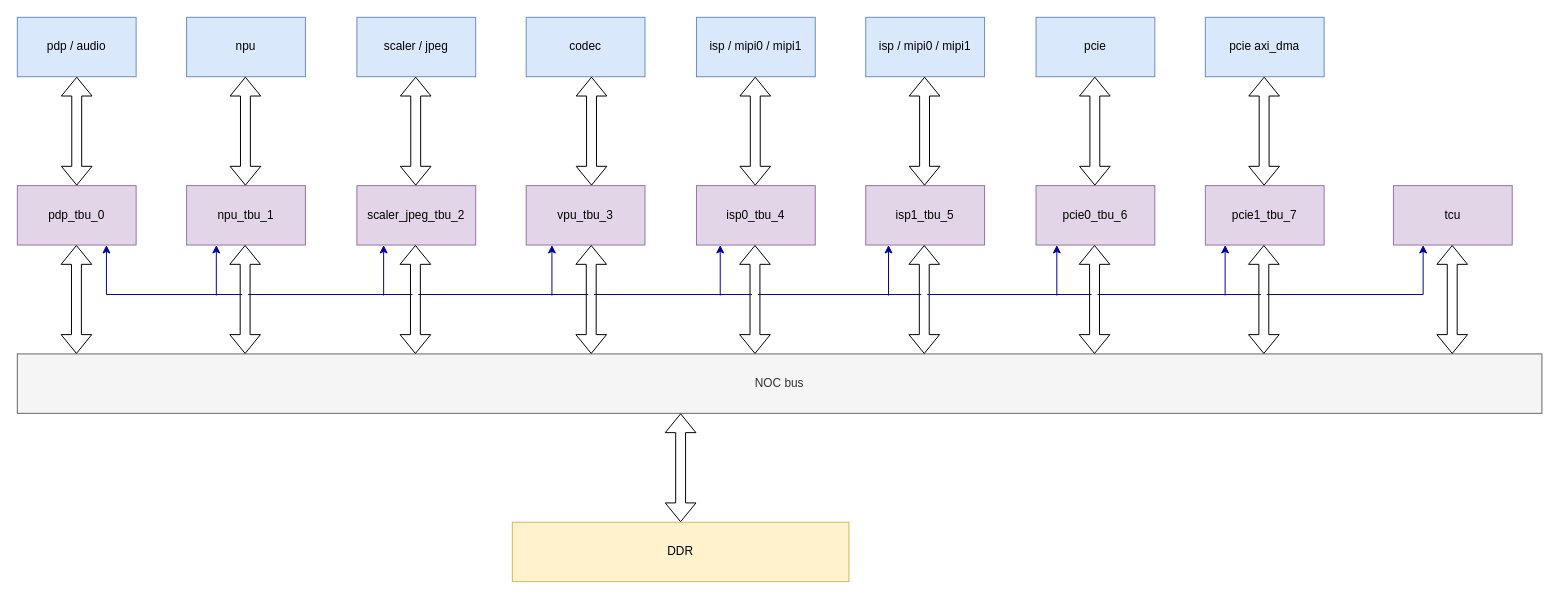
The draw.io diagram structure/gp2 smmu.drawio in x-cw/smmu, before the edit. Source tidied: cells renumbered, new cells numbered last; positions are measured from the earlier drawing's top-left corner, leaving out a move shared by most shapes. Both pictures are drawn from the tidied source at 99%, with x=0, y=0 at pixel (17, 17).
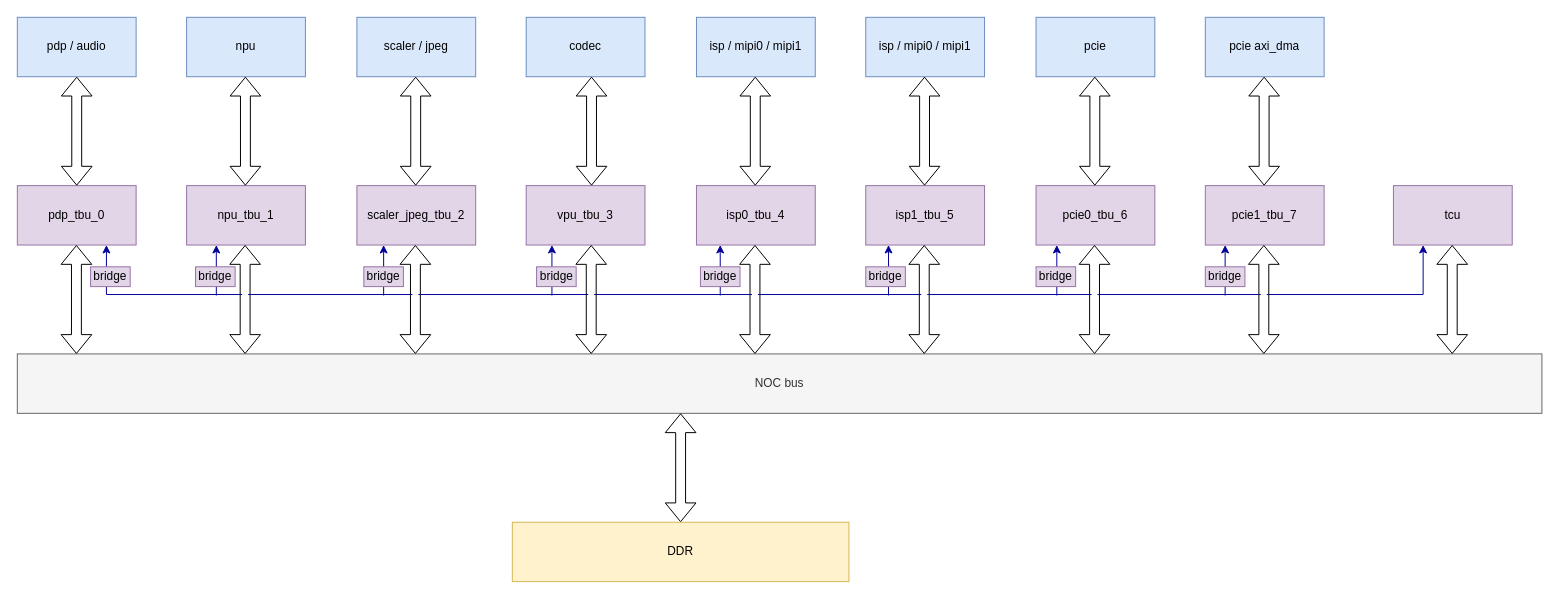
Above is the later version.

Change to the diagram source:
```diff
@@
+    <mxCell id="47" value="bridge" style="rounded=0;whiteSpace=wrap;html=1;fillColor=#e1d5e7;strokeColor=#9673a6;" parent="1" vertex="1">
+      <mxGeometry x="74" y="252" width="40" height="20" as="geometry" />
+    </mxCell>
+    <mxCell id="48" value="bridge" style="rounded=0;whiteSpace=wrap;html=1;fillColor=#e1d5e7;strokeColor=#9673a6;" parent="1" vertex="1">
+      <mxGeometry x="180" y="252" width="40" height="20" as="geometry" />
+    </mxCell>
+    <mxCell id="49" value="bridge" style="rounded=0;whiteSpace=wrap;html=1;fillColor=#e1d5e7;strokeColor=#9673a6;" parent="1" vertex="1">
+      <mxGeometry x="350" y="252" width="40" height="20" as="geometry" />
+    </mxCell>
+    <mxCell id="50" value="bridge" style="rounded=0;whiteSpace=wrap;html=1;fillColor=#e1d5e7;strokeColor=#9673a6;" parent="1" vertex="1">
+      <mxGeometry x="524.5" y="252" width="40" height="20" as="geometry" />
+    </mxCell>
+    <mxCell id="51" value="bridge" style="rounded=0;whiteSpace=wrap;html=1;fillColor=#e1d5e7;strokeColor=#9673a6;" parent="1" vertex="1">
+      <mxGeometry x="690" y="252" width="40" height="20" as="geometry" />
+    </mxCell>
+    <mxCell id="52" value="bridge" style="rounded=0;whiteSpace=wrap;html=1;fillColor=#e1d5e7;strokeColor=#9673a6;" parent="1" vertex="1">
+      <mxGeometry x="857" y="252" width="40" height="20" as="geometry" />
+    </mxCell>
+    <mxCell id="53" value="bridge" style="rounded=0;whiteSpace=wrap;html=1;fillColor=#e1d5e7;strokeColor=#9673a6;" parent="1" vertex="1">
+      <mxGeometry x="1029" y="252" width="40" height="20" as="geometry" />
+    </mxCell>
+    <mxCell id="54" value="bridge" style="rounded=0;whiteSpace=wrap;html=1;fillColor=#e1d5e7;strokeColor=#9673a6;" parent="1" vertex="1">
+      <mxGeometry x="1200" y="252" width="40" height="20" as="geometry" />
+    </mxCell>
```
